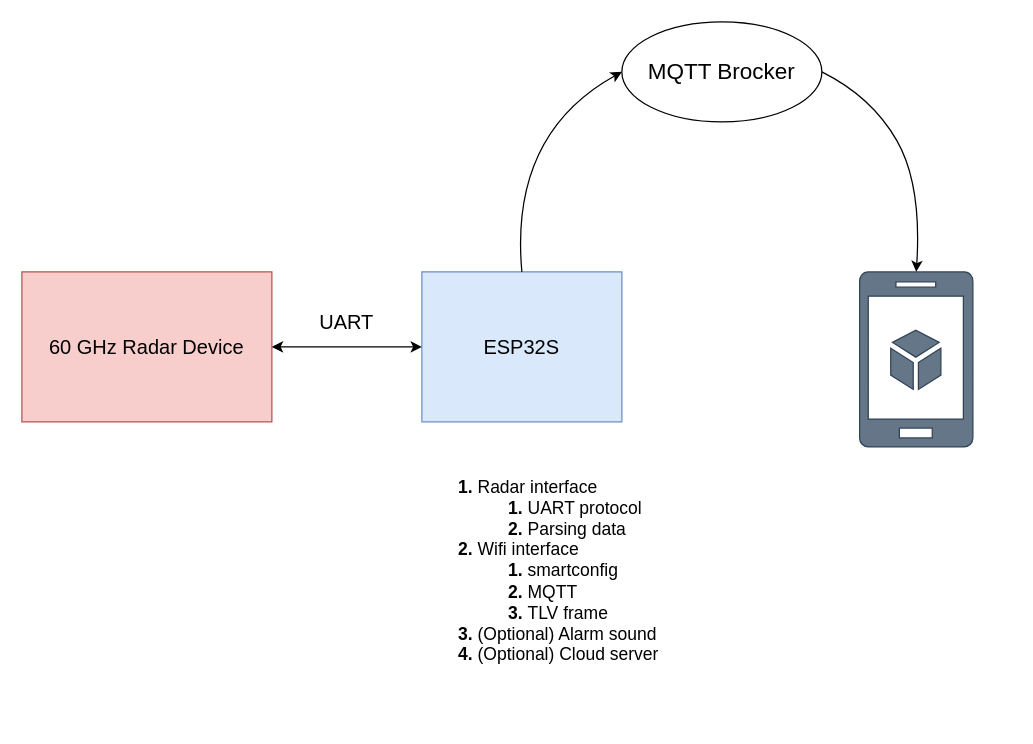
The draw.io diagram page "Page-1" (1 of 3) of docs/resources/diagram.drawio in peakszhang/radar-sleep-monitor-system, before the edit. Source tidied: cells renumbered, new cells numbered last; positions are measured from the earlier drawing's top-left corner, leaving out a move shared by most shapes. Both pictures are drawn from the tidied source at 125%, with x=0, y=0 at pixel (21, 21).
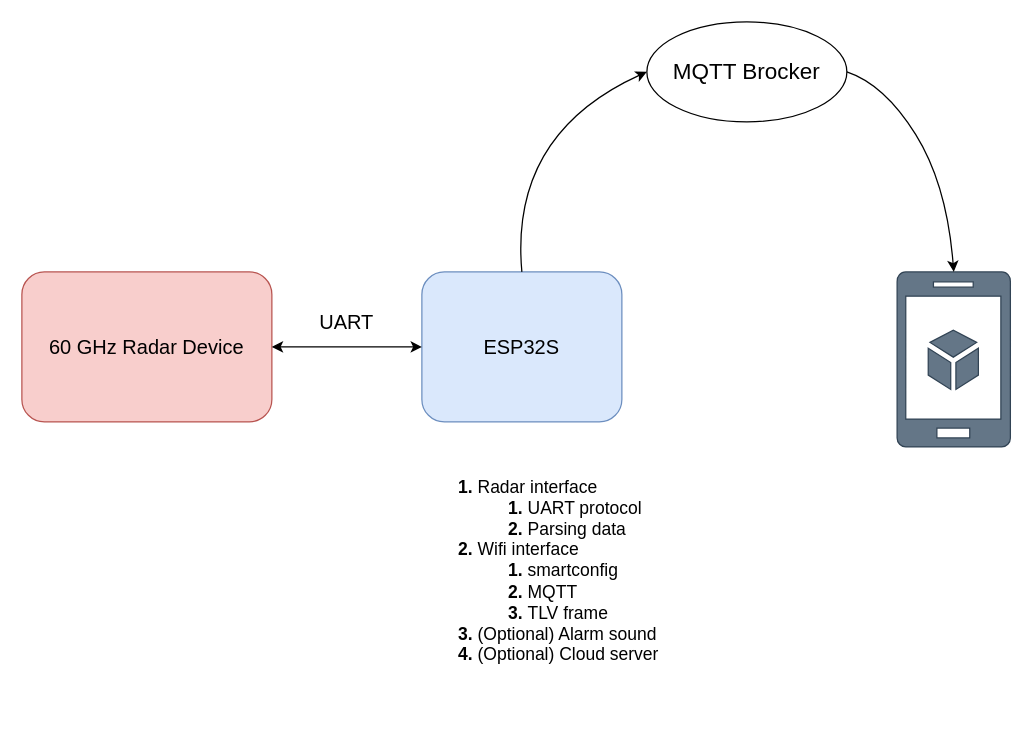
Above is the later version.

The edit, as a diff of the source:
```diff
@@
 <mxGraphModel>
   <root>
     <mxCell id="0" />
     <mxCell id="1" parent="0" />
-    <mxCell id="2" value="&lt;font style=&quot;font-size: 16px&quot;&gt;60 GHz Radar Device&lt;/font&gt;" style="rounded=0;whiteSpace=wrap;html=1;fillColor=#f8cecc;strokeColor=#b85450;" parent="1" vertex="1">
+    <mxCell id="2" value="&lt;font style=&quot;font-size: 16px&quot;&gt;60 GHz Radar Device&lt;/font&gt;" style="rounded=1;whiteSpace=wrap;html=1;fillColor=#f8cecc;strokeColor=#b85450;" parent="1" vertex="1">
       <mxGeometry y="200" width="200" height="120" as="geometry" />
     </mxCell>
-    <mxCell id="3" value="&lt;font style=&quot;font-size: 16px&quot;&gt;ESP32S&lt;/font&gt;" style="rounded=0;whiteSpace=wrap;html=1;fillColor=#dae8fc;strokeColor=#6c8ebf;" parent="1" vertex="1">
+    <mxCell id="3" value="&lt;font style=&quot;font-size: 16px&quot;&gt;ESP32S&lt;/font&gt;" style="rounded=1;whiteSpace=wrap;html=1;fillColor=#dae8fc;strokeColor=#6c8ebf;" parent="1" vertex="1">
       <mxGeometry x="320" y="200" width="160" height="120" as="geometry" />
     </mxCell>
     <mxCell id="4" value="UART" style="text;html=1;strokeColor=none;fillColor=none;align=center;verticalAlign=middle;whiteSpace=wrap;rounded=0;fontSize=16;" parent="1" vertex="1">
       <mxGeometry x="200" y="220" width="120" height="40" as="geometry" />
     </mxCell>
     <mxCell id="5" style="verticalLabelPosition=bottom;html=1;verticalAlign=top;align=center;strokeColor=#314354;fillColor=#647687;shape=mxgraph.azure.mobile_services;fontSize=16;fontColor=#ffffff;" parent="1" vertex="1">
-      <mxGeometry x="670" y="200" width="91" height="140" as="geometry" />
+      <mxGeometry x="700" y="200" width="91" height="140" as="geometry" />
     </mxCell>
     <mxCell id="6" style="endArrow=classic;startArrow=classic;html=1;rounded=0;fontSize=16;entryX=0;entryY=0.5;entryDx=0;entryDy=0;exitX=1;exitY=0.5;exitDx=0;exitDy=0;" parent="1" edge="1" source="2" target="3">
       <mxGeometry relative="1" as="geometry" />
     </mxCell>
     <mxCell id="7" value="&lt;h1 style=&quot;font-size: 14px&quot;&gt;&lt;ol&gt;&lt;li&gt;&lt;span style=&quot;font-weight: normal&quot;&gt;Radar interface&lt;/span&gt;&lt;/li&gt;&lt;ol&gt;&lt;li&gt;&lt;span style=&quot;font-weight: normal&quot;&gt;UART protocol&lt;/span&gt;&lt;/li&gt;&lt;li&gt;&lt;span style=&quot;font-weight: normal&quot;&gt;Parsing data&lt;/span&gt;&lt;/li&gt;&lt;/ol&gt;&lt;li&gt;&lt;span style=&quot;font-weight: normal&quot;&gt;Wifi interface&lt;/span&gt;&lt;/li&gt;&lt;ol&gt;&lt;li&gt;&lt;span style=&quot;font-weight: normal&quot;&gt;smartconfig&lt;/span&gt;&lt;/li&gt;&lt;li&gt;&lt;span style=&quot;font-weight: normal&quot;&gt;MQTT&lt;/span&gt;&lt;/li&gt;&lt;li&gt;&lt;span style=&quot;font-weight: normal&quot;&gt;TLV frame&lt;/span&gt;&lt;/li&gt;&lt;/ol&gt;&lt;li&gt;&lt;span style=&quot;font-weight: normal&quot;&gt;(Optional) Alarm sound&lt;/span&gt;&lt;/li&gt;&lt;li&gt;&lt;span style=&quot;font-weight: normal&quot;&gt;(Optional) Cloud server&lt;/span&gt;&lt;/li&gt;&lt;/ol&gt;&lt;/h1&gt;" style="text;html=1;strokeColor=none;fillColor=none;spacing=5;spacingTop=-20;whiteSpace=wrap;overflow=hidden;rounded=0;fontSize=16;" parent="1" vertex="1">
       <mxGeometry x="320" y="360" width="240" height="200" as="geometry" />
     </mxCell>
     <mxCell id="8" value="&lt;font style=&quot;font-size: 18px&quot;&gt;MQTT Brocker&lt;/font&gt;" style="ellipse;whiteSpace=wrap;html=1;" parent="1" vertex="1">
-      <mxGeometry x="480" width="160" height="80" as="geometry" />
+      <mxGeometry x="500" width="160" height="80" as="geometry" />
     </mxCell>
     <mxCell id="9" style="curved=1;endArrow=classic;html=1;rounded=0;fontSize=18;exitX=0.5;exitY=0;exitDx=0;exitDy=0;entryX=0;entryY=0.5;entryDx=0;entryDy=0;" parent="1" edge="1" source="3" target="8">
       <mxGeometry relative="1" as="geometry">
         <Array as="points">
           <mxPoint x="390" y="90" />
         </Array>
       </mxGeometry>
     </mxCell>
     <mxCell id="10" style="curved=1;endArrow=classic;html=1;rounded=0;fontSize=18;exitX=1;exitY=0.5;exitDx=0;exitDy=0;entryX=0.5;entryY=0;entryDx=0;entryDy=0;entryPerimeter=0;" parent="1" edge="1" source="8" target="5">
       <mxGeometry relative="1" as="geometry">
         <Array as="points">
-          <mxPoint x="680" y="60" />
-          <mxPoint x="720" y="130" />
+          <mxPoint x="690" y="50" />
+          <mxPoint x="740" y="130" />
         </Array>
       </mxGeometry>
     </mxCell>
   </root>
 </mxGraphModel>
```
